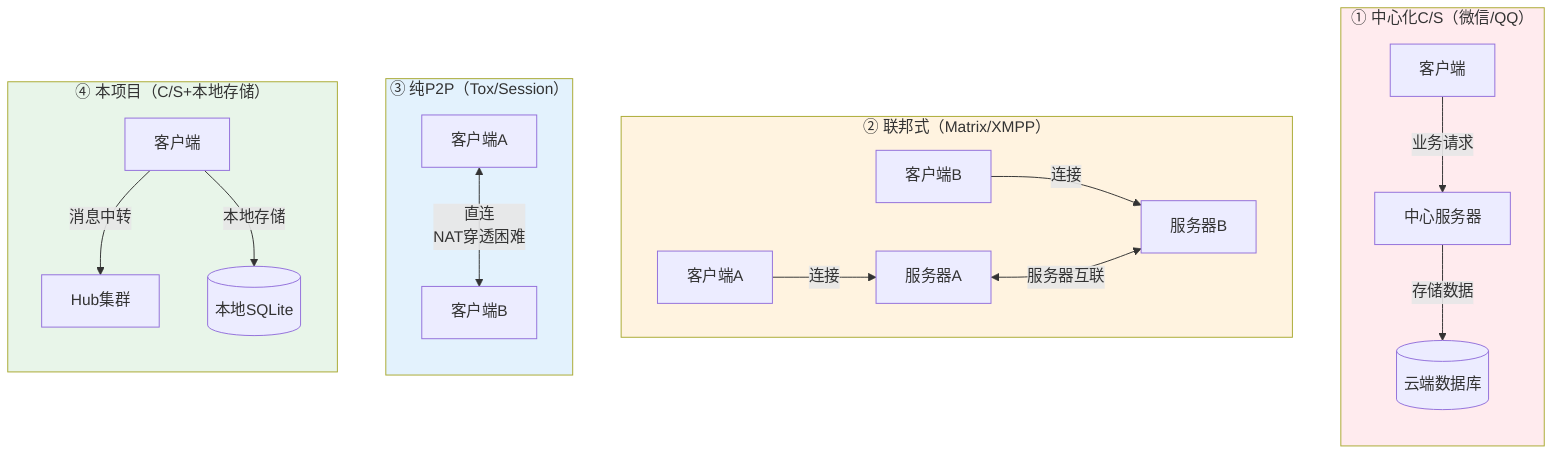
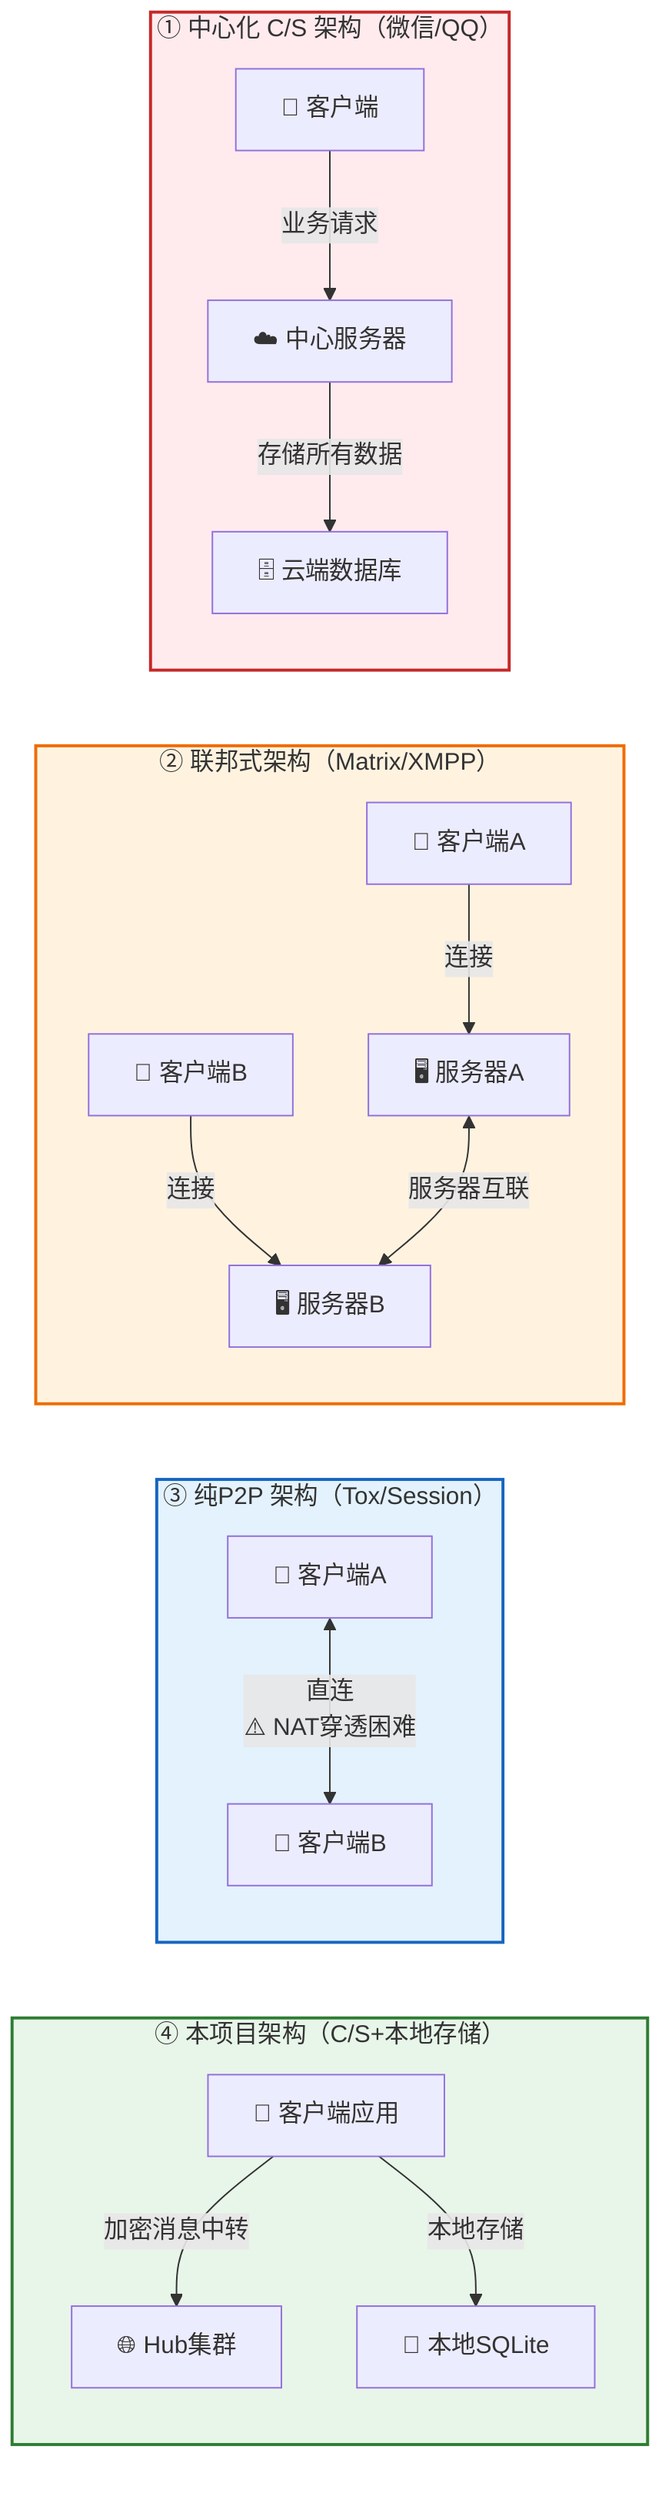
- %% 图2 四种即时通信架构模式对比
+ %% 图2 四种即时通信架构模式对比 - 纵向堆叠
flowchart TB
-     subgraph 中心化["① 中心化C/S（微信/QQ）"]
+     subgraph 架构1["① 中心化 C/S 架构（微信/QQ）"]
        direction TB
-         A1[客户端]
-         A2[中心服务器]
-         A3[(云端数据库)]
-         A1 -->|业务请求| A2
-         A2 -->|存储数据| A3
+         A1["📱 客户端"] -->|"业务请求"| A2["☁️ 中心服务器"]
+         A2 -->|"存储所有数据"| A3["🗄️ 云端数据库"]
    end

-     subgraph 联邦式["② 联邦式（Matrix/XMPP）"]
-         direction LR
-         B1[客户端A] -->|连接| B2[服务器A]
-         B3[客户端B] -->|连接| B4[服务器B]
-         B2 <-->|服务器互联| B4
+     subgraph 架构2["② 联邦式架构（Matrix/XMPP）"]
+         direction TB
+         B1["📱 客户端A"] -->|"连接"| B2["🖥️ 服务器A"]
+         B3["📱 客户端B"] -->|"连接"| B4["🖥️ 服务器B"]
+         B2 <-->|"服务器互联"| B4
    end

-     subgraph P2P["③ 纯P2P（Tox/Session）"]
+     subgraph 架构3["③ 纯P2P 架构（Tox/Session）"]
        direction TB
-         C1[客户端A] <-->|直连<br/>NAT穿透困难| C2[客户端B]
+         C1["📱 客户端A"] <-->|"直连<br/>⚠️ NAT穿透困难"| C2["📱 客户端B"]
    end

-     subgraph 本项目["④ 本项目（C/S+本地存储）"]
+     subgraph 架构4["④ 本项目架构（C/S+本地存储）"]
        direction TB
-         D1[客户端]
-         D2[Hub集群]
-         D3[(本地SQLite)]
-         D1 -->|消息中转| D2
-         D1 -->|本地存储| D3
+         D1["📱 客户端应用"] -->|"加密消息中转"| D2["🌐 Hub集群"]
+         D1 -->|"本地存储"| D3["💾 本地SQLite"]
    end

-     style 中心化 fill:#ffebee
-     style 联邦式 fill:#fff3e0
-     style P2P fill:#e3f2fd
-     style 本项目 fill:#e8f5e9
+     %% 垂直堆叠（不可见连接）
+     架构1 ~~~ 架构2
+     架构2 ~~~ 架构3
+     架构3 ~~~ 架构4
+ 
+     style 架构1 fill:#ffebee,stroke:#c62828,stroke-width:2px
+     style 架构2 fill:#fff3e0,stroke:#ef6c00,stroke-width:2px
+     style 架构3 fill:#e3f2fd,stroke:#1565c0,stroke-width:2px
+     style 架构4 fill:#e8f5e9,stroke:#2e7d32,stroke-width:2px
